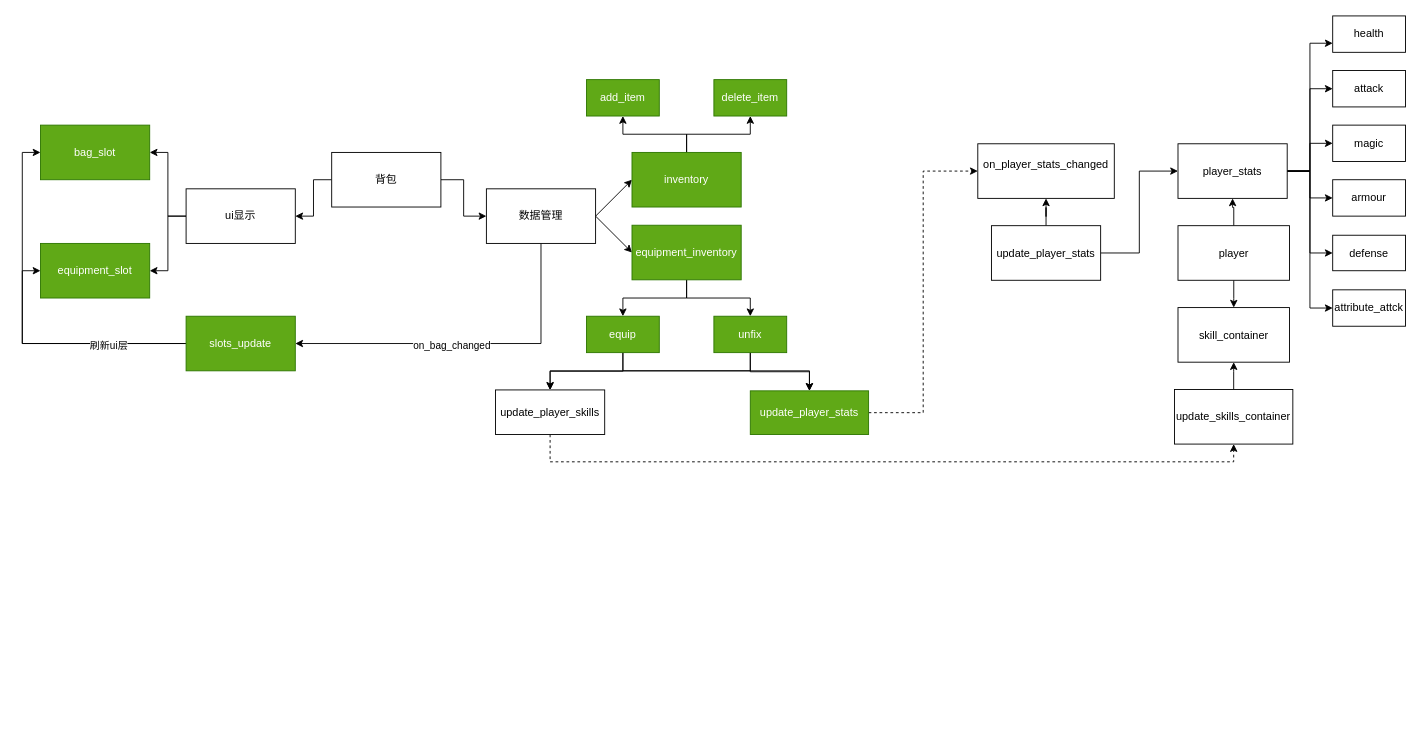
Before: soul_guide.drawio in zuishabi/soul_guide, a draw.io diagram. Source tidied: cells renumbered, new cells numbered last; positions are measured from the earlier drawing's top-left corner, leaving out a move shared by most shapes. Both pictures are drawn from the tidied source at 91%, with x=0, y=0 at pixel (40, 15).
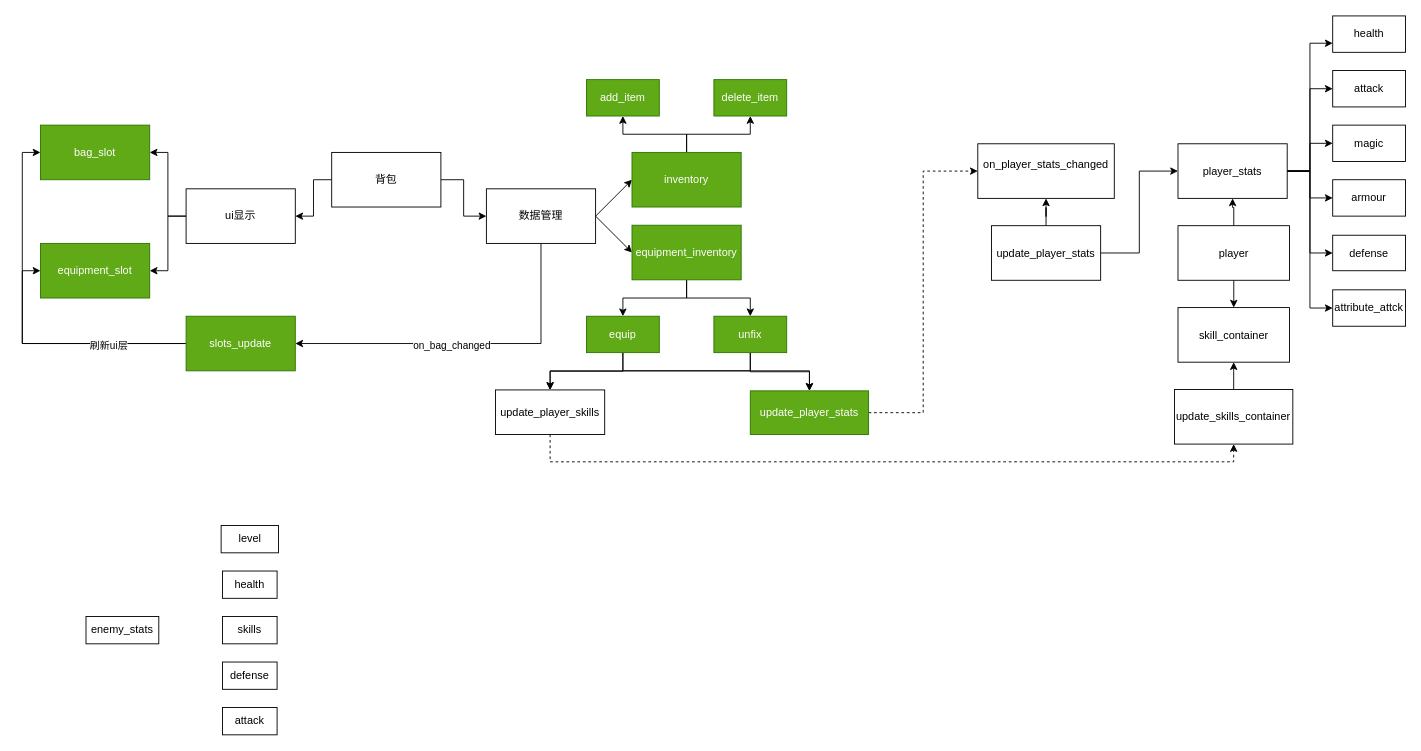
After the change.

Diff of the diagram source:
```diff
@@
+    <mxCell id="60" value="enemy_stats" style="whiteSpace=wrap;html=1;" parent="1" vertex="1">
+      <mxGeometry x="50" y="660" width="80" height="30" as="geometry" />
+    </mxCell>
+    <mxCell id="61" value="health" style="whiteSpace=wrap;html=1;" parent="1" vertex="1">
+      <mxGeometry x="200" y="610" width="60" height="30" as="geometry" />
+    </mxCell>
+    <mxCell id="62" value="skills" style="whiteSpace=wrap;html=1;" parent="1" vertex="1">
+      <mxGeometry x="200" y="660" width="60" height="30" as="geometry" />
+    </mxCell>
+    <mxCell id="63" value="defense" style="whiteSpace=wrap;html=1;" parent="1" vertex="1">
+      <mxGeometry x="200" y="710" width="60" height="30" as="geometry" />
+    </mxCell>
+    <mxCell id="64" value="attack" style="whiteSpace=wrap;html=1;" parent="1" vertex="1">
+      <mxGeometry x="200" y="760" width="60" height="30" as="geometry" />
+    </mxCell>
+    <mxCell id="65" value="level" style="whiteSpace=wrap;html=1;" parent="1" vertex="1">
+      <mxGeometry x="198.5" y="560" width="63" height="30" as="geometry" />
+    </mxCell>
```
